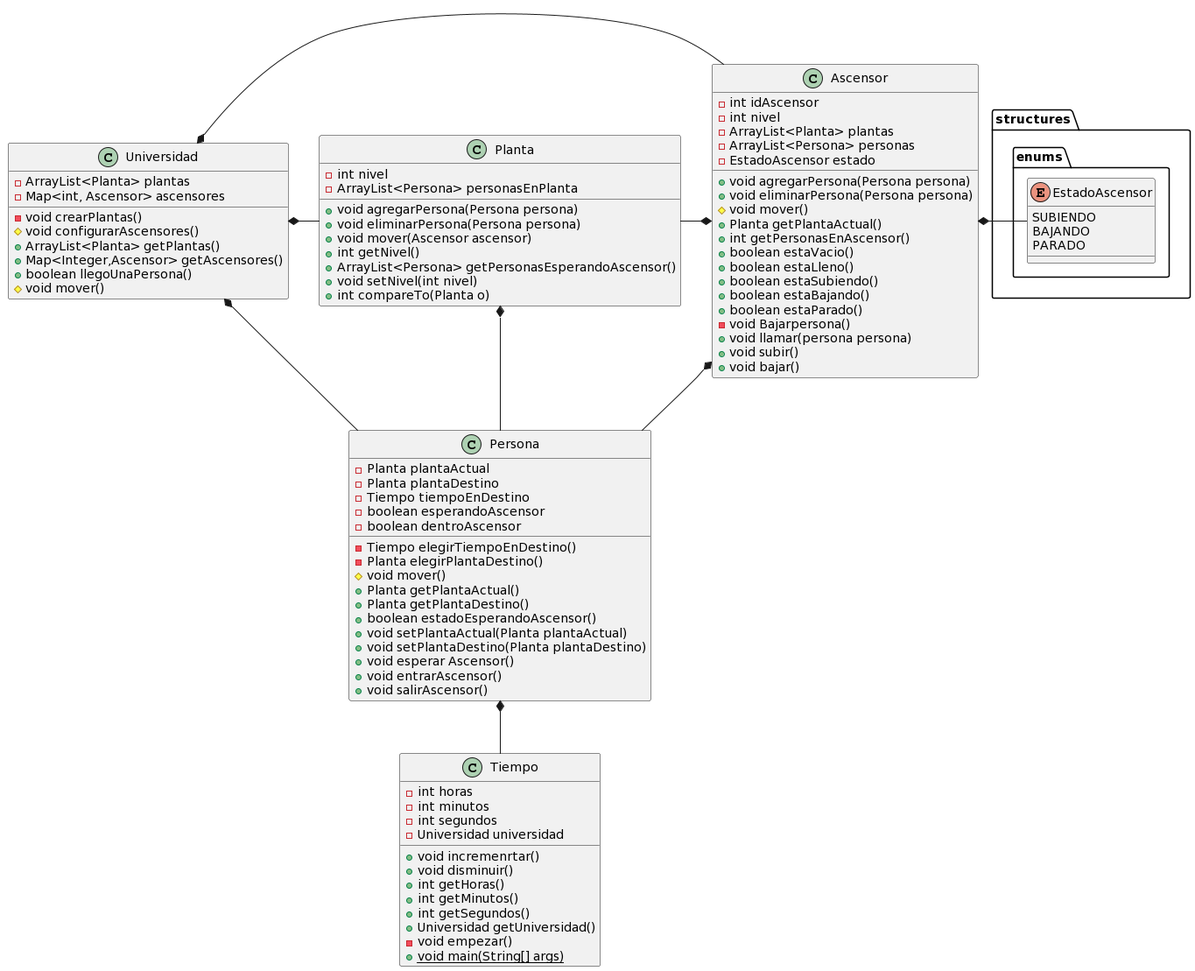
Above: entregas/Grupo4/ModeloDelDominio/images/diagramaDeClases.png in mmasias/IdSw2-22-23 (PlantUML), before the change.
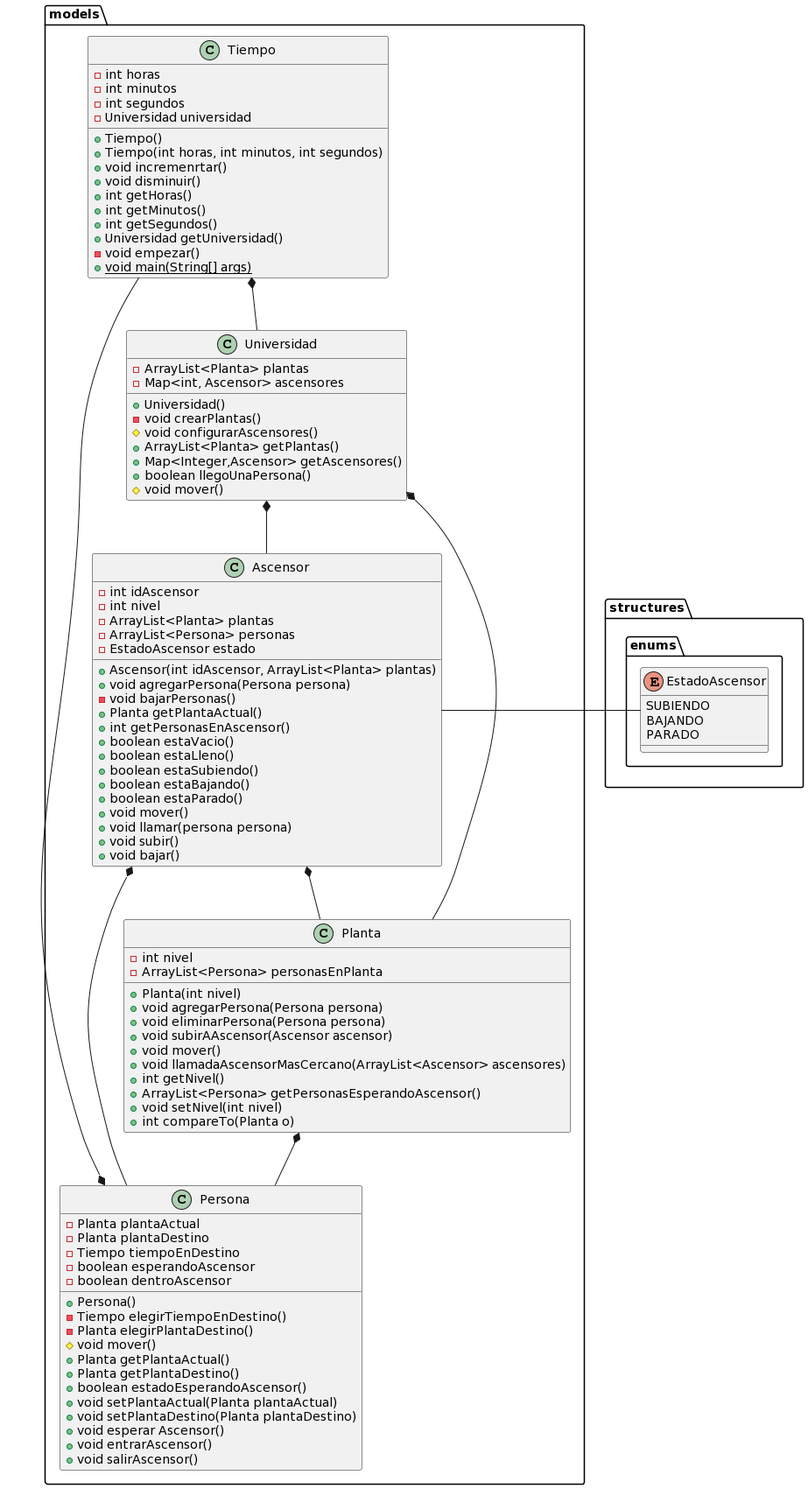
After the change.

What changed in the source:
```diff
@@ -1,10 +1,11 @@
 @startuml
-class Persona {
+class "models.Persona" {
     - Planta plantaActual
     - Planta plantaDestino
     - Tiempo tiempoEnDestino
     - boolean esperandoAscensor
     - boolean dentroAscensor
+    + Persona()
     - Tiempo elegirTiempoEnDestino()
     - Planta elegirPlantaDestino()
     # void mover()
@@ -25,11 +26,13 @@
     PARADO
 }
 
-class Tiempo {
+class "models.Tiempo" {
     - int horas
     - int minutos
     - int segundos
     - Universidad universidad
+    + Tiempo()
+    + Tiempo(int horas, int minutos, int segundos)
     + void incremenrtar()
     + void disminuir()
     + int getHoras()
@@ -38,16 +41,18 @@
     + Universidad getUniversidad()
     - void empezar()
     + {static} void main(String[] args)
-
 }
 
 
-class Planta {
+class "models.Planta" {
     - int nivel
     - ArrayList<Persona> personasEnPlanta
+    + Planta(int nivel)
     + void agregarPersona(Persona persona)
     + void eliminarPersona(Persona persona)
-    + void mover(Ascensor ascensor)
+    + void subirAAscensor(Ascensor ascensor)
+    + void mover()
+    + void llamadaAscensorMasCercano(ArrayList<Ascensor> ascensores)
     + int getNivel()
     + ArrayList<Persona> getPersonasEsperandoAscensor()
     + void setNivel(int nivel)
@@ -56,15 +61,15 @@
 }
 
 
-class Ascensor {
+class "models.Ascensor" {
     - int idAscensor
     - int nivel
     - ArrayList<Planta> plantas
     - ArrayList<Persona> personas
     - EstadoAscensor estado
+    + Ascensor(int idAscensor, ArrayList<Planta> plantas)
     + void agregarPersona(Persona persona)
-    + void eliminarPersona(Persona persona)
-    # void mover()
+    - void bajarPersonas()
     + Planta getPlantaActual()
     + int getPersonasEnAscensor()
     + boolean estaVacio()
@@ -72,16 +77,17 @@
     + boolean estaSubiendo()
     + boolean estaBajando()
     + boolean estaParado()
-    - void Bajarpersona()
+    + void mover()
     + void llamar(persona persona)
     + void subir()
     + void bajar()
 }
 
 
-class Universidad {
+class "models.Universidad" {
     - ArrayList<Planta> plantas
     - Map<int, Ascensor> ascensores
+    + Universidad()
     - void crearPlantas()
     # void configurarAscensores()
     + ArrayList<Planta> getPlantas()
@@ -91,11 +97,11 @@
 }
 
 Ascensor *--d Persona
-Ascensor *-u Planta
-Ascensor *- "structures.enums.EstadoAscensor"
-Universidad *- Ascensor
-Universidad *- Planta
-Universidad *- Persona
+Ascensor *--d Planta
+Ascensor ---r "structures.enums.EstadoAscensor"
+Universidad *-- Ascensor
+Universidad *-- Planta
 Planta *--d Persona
-Persona *--d Tiempo
+Persona *---u Tiempo
+Tiempo *--d Universidad
 @enduml
```
